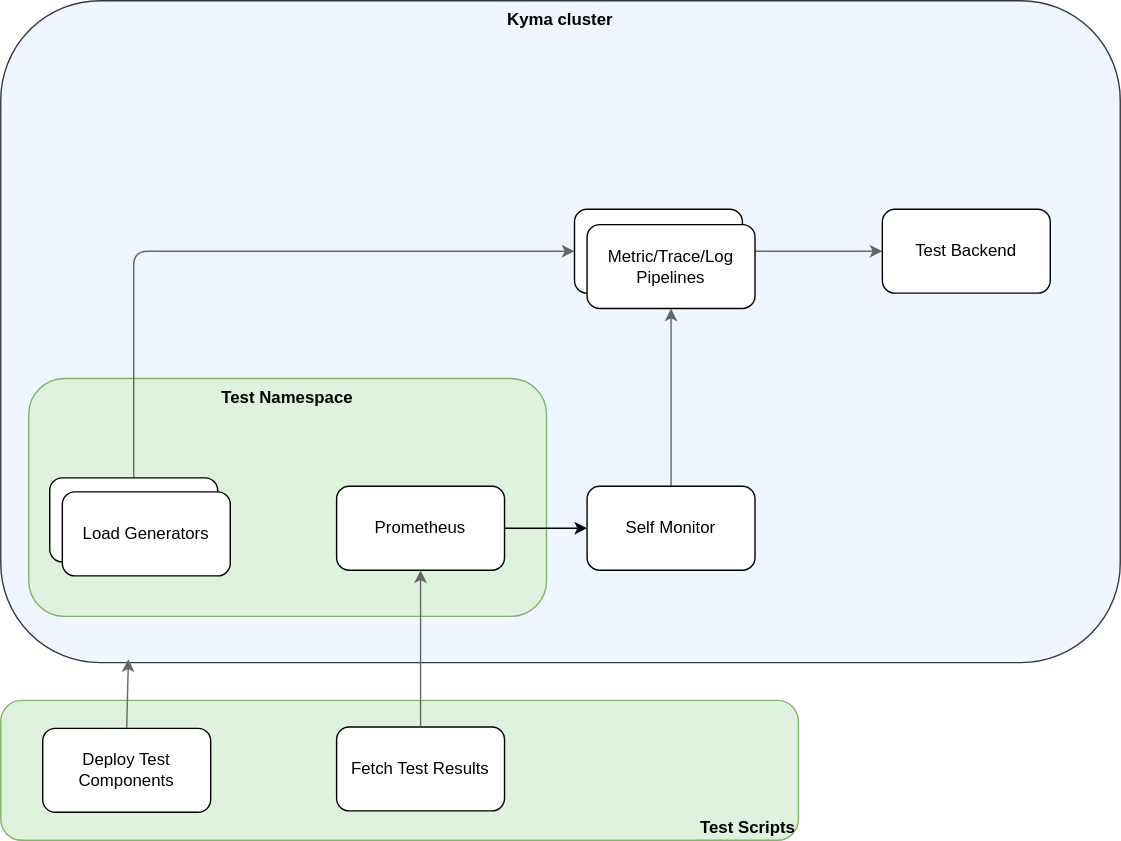
Before: docs/contributor/benchmarks/assets/selfmonitor_perf_test_setup.drawio.svg, a diagram exported from draw.io (kyma-project/telemetry-manager). Source tidied: cells renumbered, new cells last; positions are measured from the earlier drawing's top-left corner, leaving out a move shared by most shapes.
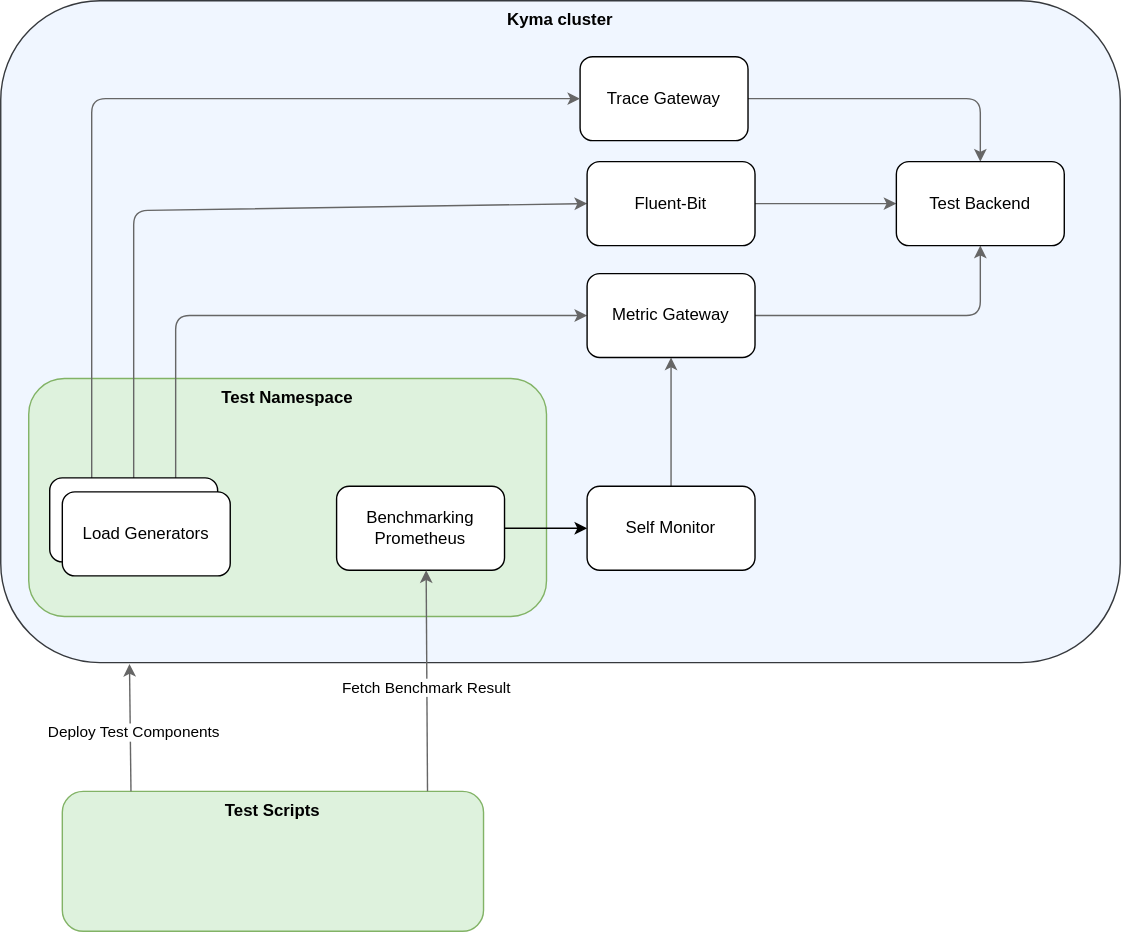
Later version of the same file.

Diff of the diagram source:
```diff
@@ -5,60 +5,77 @@
     <mxCell id="2" value="Kyma cluster" style="rounded=1;whiteSpace=wrap;html=1;align=center;verticalAlign=top;fillColor=#F0F6FF;strokeColor=#36393d;fontStyle=1;" parent="1" vertex="1">
       <mxGeometry width="800" height="473" as="geometry" />
     </mxCell>
+    <mxCell id="20" style="edgeStyle=orthogonalEdgeStyle;rounded=1;jettySize=auto;html=1;exitX=1;exitY=0.5;exitDx=0;exitDy=0;curved=0;strokeColor=#666666;" parent="1" edge="1" source="3" target="19">
+      <mxGeometry relative="1" as="geometry" />
+    </mxCell>
-    <mxCell id="3" value="Trace Pipelines" style="rounded=1;whiteSpace=wrap;html=1;" parent="1" vertex="1">
-      <mxGeometry x="410" y="149" width="120" height="60" as="geometry" />
+    <mxCell id="3" value="Trace Gateway" style="rounded=1;whiteSpace=wrap;html=1;" parent="1" vertex="1">
+      <mxGeometry x="414" y="40" width="120" height="60" as="geometry" />
     </mxCell>
     <mxCell id="4" value="Test Namespace" style="rounded=1;whiteSpace=wrap;html=1;fillColor=#DEF2DD;strokeColor=#82b366;verticalAlign=top;fontStyle=1;" parent="1" vertex="1">
       <mxGeometry x="20" y="270" width="370" height="170" as="geometry" />
     </mxCell>
-    <mxCell id="5" style="endArrow=classic;html=1;rounded=1;exitX=0.5;exitY=0;exitDx=0;exitDy=0;entryX=0;entryY=0.5;entryDx=0;entryDy=0;curved=0;strokeColor=#666666;" parent="1" edge="1" source="9" target="3">
+    <mxCell id="5" style="endArrow=classic;html=1;rounded=1;exitX=0.5;exitY=0;exitDx=0;exitDy=0;entryX=0;entryY=0.5;entryDx=0;entryDy=0;curved=0;strokeColor=#666666;" parent="1" edge="1" source="9" target="25">
       <mxGeometry relative="1" as="geometry">
         <Array as="points">
-          <mxPoint x="95" y="179" />
+          <mxPoint x="95" y="150" />
         </Array>
       </mxGeometry>
     </mxCell>
     <mxCell id="6" style="edgeStyle=orthogonalEdgeStyle;rounded=0;jettySize=auto;html=1;exitX=1;exitY=0.5;exitDx=0;exitDy=0;entryX=0;entryY=0.5;entryDx=0;entryDy=0;" parent="1" edge="1" source="7" target="18">
       <mxGeometry relative="1" as="geometry" />
     </mxCell>
-    <mxCell id="7" value="Prometheus" style="rounded=1;whiteSpace=wrap;html=1;" parent="1" vertex="1">
+    <mxCell id="7" value="Benchmarking Prometheus" style="rounded=1;whiteSpace=wrap;html=1;" parent="1" vertex="1">
       <mxGeometry x="240" y="347" width="120" height="60" as="geometry" />
     </mxCell>
-    <mxCell id="8" style="endArrow=classic;html=1;rounded=1;exitX=1;exitY=0.5;exitDx=0;exitDy=0;curved=0;strokeColor=#666666;" parent="1" edge="1" source="3" target="19">
+    <mxCell id="8" style="endArrow=classic;html=1;rounded=1;exitX=1;exitY=0.5;exitDx=0;exitDy=0;curved=0;strokeColor=#666666;" parent="1" edge="1" source="25" target="19">
       <mxGeometry relative="1" as="geometry" />
     </mxCell>
+    <mxCell id="21" style="edgeStyle=orthogonalEdgeStyle;rounded=1;jettySize=auto;html=1;exitX=0.25;exitY=0;exitDx=0;exitDy=0;entryX=0;entryY=0.5;entryDx=0;entryDy=0;curved=0;strokeColor=#666666;" parent="1" edge="1" source="9" target="3">
+      <mxGeometry relative="1" as="geometry" />
+    </mxCell>
+    <mxCell id="22" style="edgeStyle=orthogonalEdgeStyle;rounded=1;jettySize=auto;html=1;exitX=0.75;exitY=0;exitDx=0;exitDy=0;entryX=0;entryY=0.5;entryDx=0;entryDy=0;curved=0;strokeColor=#666666;" parent="1" edge="1" source="9" target="17">
+      <mxGeometry relative="1" as="geometry" />
+    </mxCell>
     <mxCell id="9" style="rounded=1;whiteSpace=wrap;html=1;" parent="1" vertex="1">
       <mxGeometry x="35" y="341" width="120" height="60" as="geometry" />
     </mxCell>
     <mxCell id="10" value="Load Generators" style="rounded=1;whiteSpace=wrap;html=1;" parent="1" vertex="1">
       <mxGeometry x="44" y="351" width="120" height="60" as="geometry" />
     </mxCell>
-    <mxCell id="11" value="Test Scripts" style="rounded=1;whiteSpace=wrap;html=1;align=right;verticalAlign=bottom;fillColor=#DEF2DD;strokeColor=#82b366;fontStyle=1;" parent="1" vertex="1">
-      <mxGeometry y="500" width="570" height="100" as="geometry" />
+    <mxCell id="11" value="Test Scripts" style="rounded=1;whiteSpace=wrap;html=1;align=center;verticalAlign=top;fillColor=#DEF2DD;strokeColor=#82b366;fontStyle=1;" parent="1" vertex="1">
+      <mxGeometry x="44" y="565" width="301" height="100" as="geometry" />
     </mxCell>
+    <mxCell id="14" style="endArrow=classic;html=1;rounded=1;entryX=0.5;entryY=1;entryDx=0;entryDy=0;curved=0;strokeColor=#666666;exitX=0.867;exitY=0;exitDx=0;exitDy=0;exitPerimeter=0;" parent="1" edge="1" source="11">
+      <mxGeometry relative="1" as="geometry">
+        <mxPoint x="304" y="407" as="targetPoint" />
+      </mxGeometry>
+    </mxCell>
+    <mxCell id="23" value="Fetch Benchmark Result" style="edgeLabel;html=1;align=center;verticalAlign=middle;" parent="14" vertex="1">
+      <mxGeometry x="-0.05" y="1" relative="1" as="geometry" />
+    </mxCell>
+    <mxCell id="15" style="endArrow=classic;html=1;rounded=1;entryX=0.115;entryY=1.002;entryDx=0;entryDy=0;entryPerimeter=0;curved=0;strokeColor=#666666;exitX=0.163;exitY=0;exitDx=0;exitDy=0;exitPerimeter=0;" parent="1" edge="1" source="11" target="2">
+      <mxGeometry relative="1" as="geometry" />
+    </mxCell>
-    <mxCell id="12" value="Deploy Test Components" style="rounded=1;whiteSpace=wrap;html=1;" parent="1" vertex="1">
-      <mxGeometry x="30" y="520" width="120" height="60" as="geometry" />
+    <mxCell id="12" value="Deploy Test Components" style="edgeLabel;html=1;align=center;verticalAlign=middle;points=[];" parent="15" vertex="1">
+      <mxGeometry x="-0.07" y="-2" relative="1" as="geometry" />
     </mxCell>
-    <mxCell id="13" value="Fetch Test Results" style="rounded=1;whiteSpace=wrap;html=1;" parent="1" vertex="1">
-      <mxGeometry x="240" y="519" width="120" height="60" as="geometry" />
-    </mxCell>
-    <mxCell id="14" style="endArrow=classic;html=1;rounded=1;entryX=0.5;entryY=1;entryDx=0;entryDy=0;exitX=0.5;exitY=0;exitDx=0;exitDy=0;curved=0;strokeColor=#666666;" parent="1" edge="1" source="13" target="7">
-      <mxGeometry relative="1" as="geometry" />
-    </mxCell>
-    <mxCell id="15" style="endArrow=classic;html=1;rounded=1;exitX=0.5;exitY=0;exitDx=0;exitDy=0;entryX=0.114;entryY=0.995;entryDx=0;entryDy=0;entryPerimeter=0;curved=0;strokeColor=#666666;" parent="1" edge="1" source="12" target="2">
-      <mxGeometry relative="1" as="geometry" />
-    </mxCell>
     <mxCell id="16" style="endArrow=classic;html=1;rounded=1;exitX=0.5;exitY=0;exitDx=0;exitDy=0;entryX=0.5;entryY=1;entryDx=0;entryDy=0;curved=0;strokeColor=#666666;" parent="1" edge="1" source="18" target="17">
       <mxGeometry relative="1" as="geometry" />
     </mxCell>
+    <mxCell id="24" style="edgeStyle=orthogonalEdgeStyle;rounded=1;jettySize=auto;html=1;exitX=1;exitY=0.5;exitDx=0;exitDy=0;entryX=0.5;entryY=1;entryDx=0;entryDy=0;curved=0;strokeColor=#666666;" parent="1" edge="1" source="17" target="19">
+      <mxGeometry relative="1" as="geometry" />
+    </mxCell>
-    <mxCell id="17" value="Metric/Trace/Log&lt;div&gt;&lt;span style=&quot;background-color: initial;&quot;&gt;Pipelines&lt;/span&gt;&lt;/div&gt;" style="rounded=1;whiteSpace=wrap;html=1;" parent="1" vertex="1">
-      <mxGeometry x="419" y="160" width="120" height="60" as="geometry" />
+    <mxCell id="17" value="Metric Gateway" style="rounded=1;whiteSpace=wrap;html=1;" parent="1" vertex="1">
+      <mxGeometry x="419" y="195" width="120" height="60" as="geometry" />
     </mxCell>
     <mxCell id="18" value="Self Monitor" style="rounded=1;whiteSpace=wrap;html=1;" parent="1" vertex="1">
       <mxGeometry x="419" y="347" width="120" height="60" as="geometry" />
     </mxCell>
     <mxCell id="19" value="Test Backend" style="rounded=1;whiteSpace=wrap;html=1;" parent="1" vertex="1">
-      <mxGeometry x="630" y="149" width="120" height="60" as="geometry" />
+      <mxGeometry x="640" y="115" width="120" height="60" as="geometry" />
     </mxCell>
+    <mxCell id="25" value="Fluent-Bit" style="rounded=1;whiteSpace=wrap;html=1;" parent="1" vertex="1">
+      <mxGeometry x="419" y="115" width="120" height="60" as="geometry" />
+    </mxCell>
   </root>
 </mxGraphModel>
```
